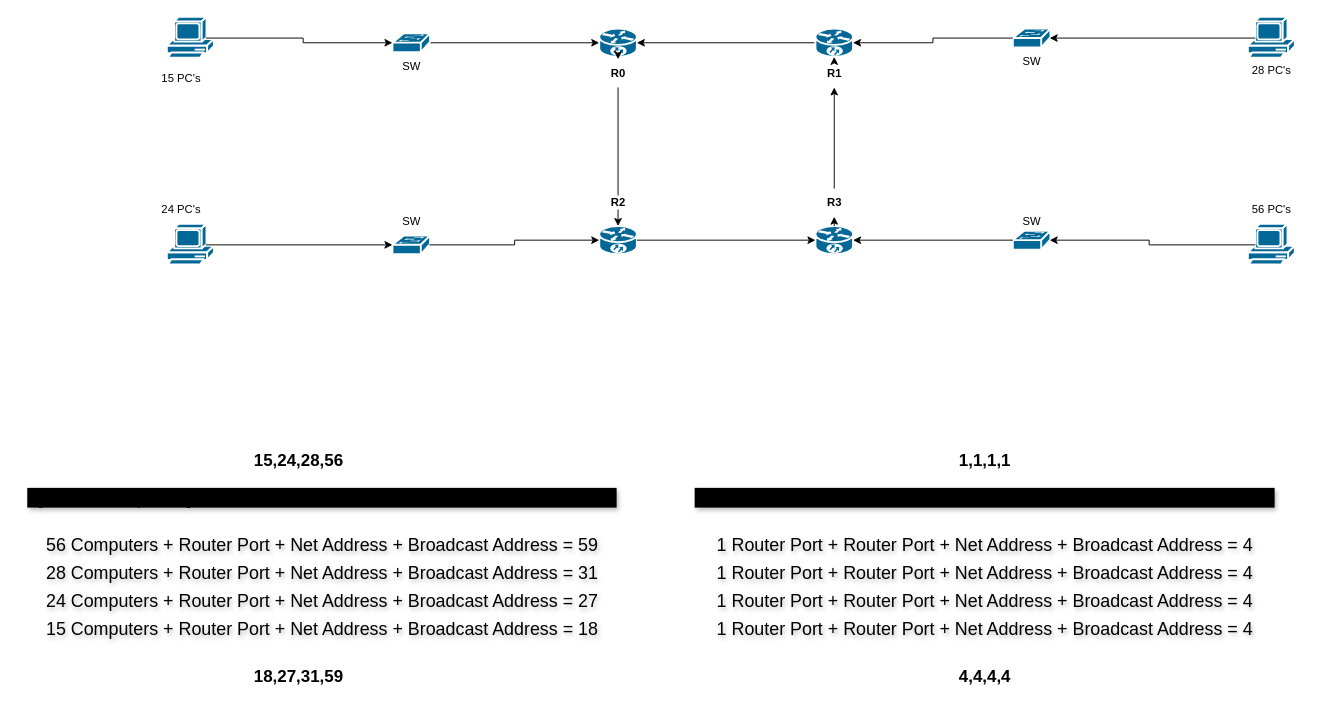
The draw.io diagram Dineth's Diagram.drawio in SDinukxs/UniResources, before the edit. Source tidied: cells renumbered, new cells numbered last; positions are measured from the earlier drawing's top-left corner, leaving out a move shared by most shapes. Both pictures are drawn from the tidied source at 94%, with x=0, y=0 at pixel (16, 17).
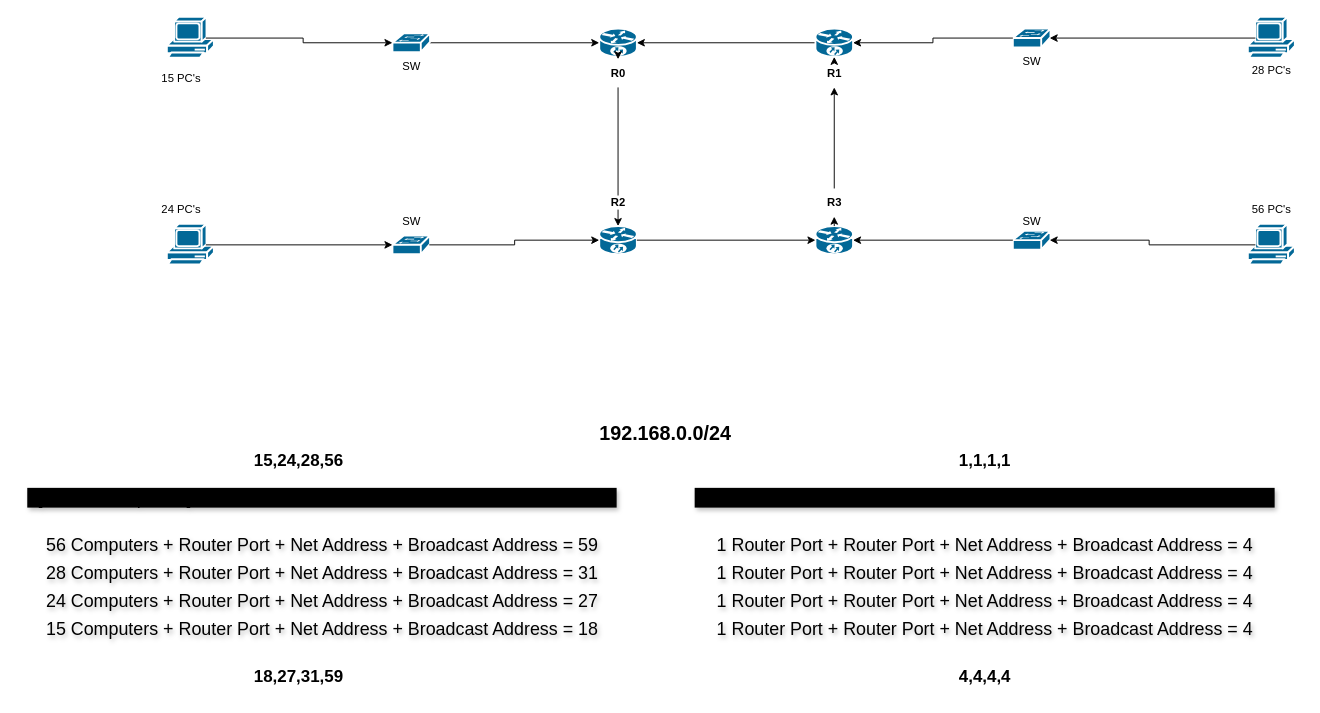
After the change.

What changed in the source:
```diff
@@
+    <mxCell id="55" value="&lt;b&gt;&lt;font style=&quot;font-size: 21px;&quot;&gt;192.168.0.0/24&lt;/font&gt;&lt;/b&gt;" style="text;html=1;align=center;verticalAlign=middle;strokeColor=none;fillColor=none;" parent="1" vertex="1">
+      <mxGeometry x="610" y="422" width="160" height="40" as="geometry" />
+    </mxCell>
```
